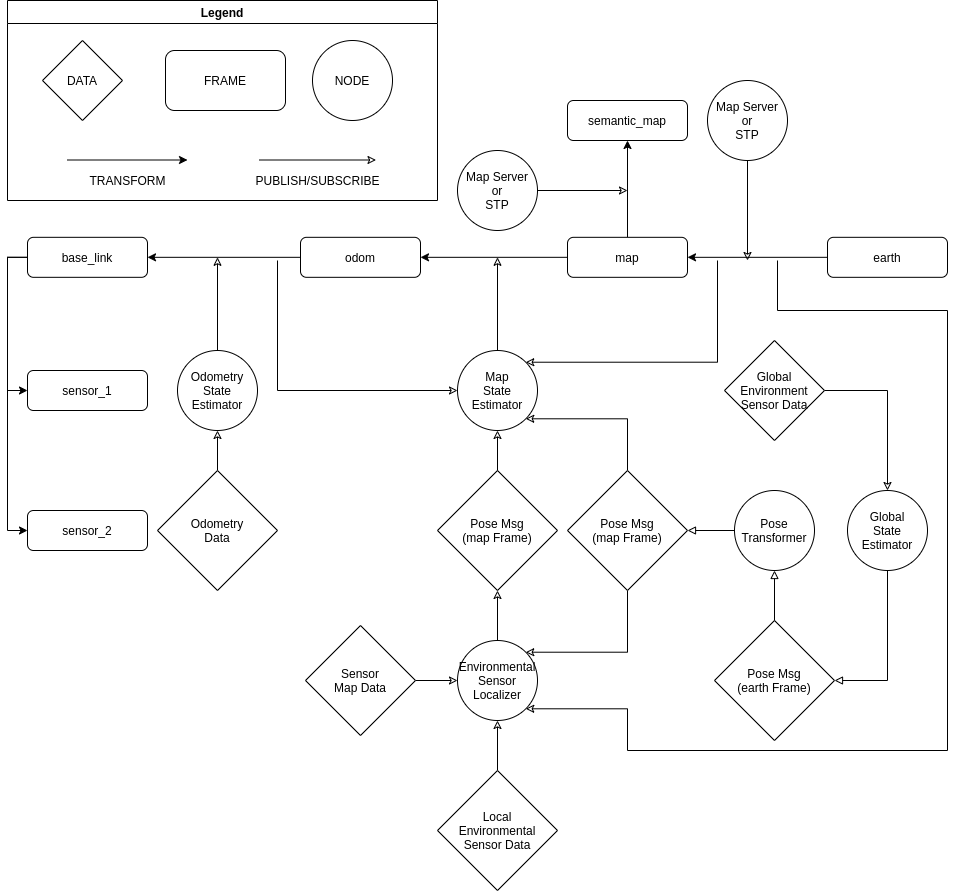
goodloop/autoware_auto_mirror keeps this draw.io diagram as src/tools/autoware_auto_avp_demo/design/avp-tf-tree.png. Above is the earlier version. Source tidied: cells renumbered, new cells last; positions are measured from the earlier drawing's top-left corner, leaving out a move shared by most shapes.
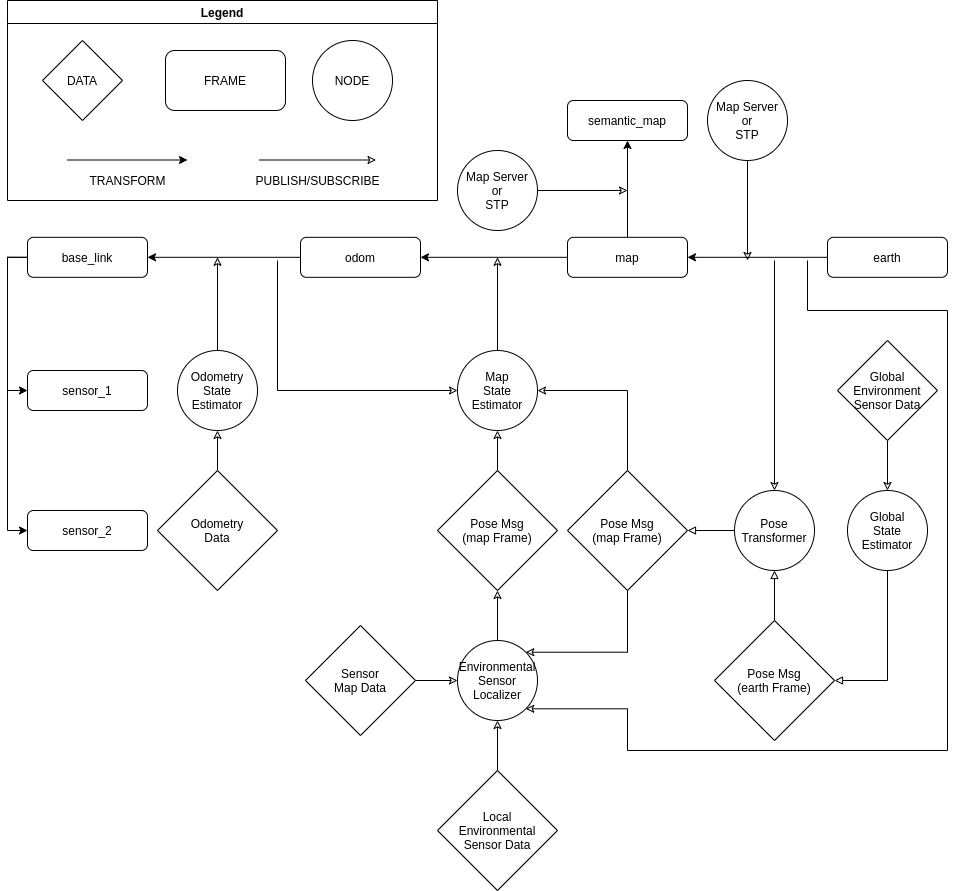
Later version of the same file.

Commit message:
[292] Fixing errors from MR feedback.

Change to the diagram source:
```diff
@@ -106,19 +106,19 @@
         </Array>
       </mxGeometry>
     </mxCell>
-    <mxCell id="32" style="edgeStyle=orthogonalEdgeStyle;rounded=0;jettySize=auto;html=1;exitX=0.5;exitY=0;exitDx=0;exitDy=0;entryX=1;entryY=1;entryDx=0;entryDy=0;endArrow=classic;endFill=0;" parent="1" edge="1" target="17">
+    <mxCell id="32" style="edgeStyle=orthogonalEdgeStyle;rounded=0;jettySize=auto;html=1;exitX=0.5;exitY=0;exitDx=0;exitDy=0;entryX=1;entryY=0.5;entryDx=0;entryDy=0;endArrow=classic;endFill=0;" parent="1" edge="1" target="17">
       <mxGeometry relative="1" as="geometry">
         <mxPoint x="620" y="470" as="sourcePoint" />
         <Array as="points">
-          <mxPoint x="620" y="418.2" />
+          <mxPoint x="620" y="390" />
         </Array>
       </mxGeometry>
     </mxCell>
-    <mxCell id="33" style="edgeStyle=orthogonalEdgeStyle;rounded=0;jettySize=auto;html=1;exitX=1;exitY=0.5;exitDx=0;exitDy=0;entryX=0.5;entryY=0;entryDx=0;entryDy=0;endArrow=classic;endFill=0;" parent="1" edge="1" source="34" target="30">
+    <mxCell id="33" style="edgeStyle=orthogonalEdgeStyle;rounded=0;jettySize=auto;html=1;exitX=0.5;exitY=1;exitDx=0;exitDy=0;entryX=0.5;entryY=0;entryDx=0;entryDy=0;endArrow=classic;endFill=0;" parent="1" edge="1" source="34" target="30">
       <mxGeometry relative="1" as="geometry" />
     </mxCell>
     <mxCell id="34" value="Global&lt;br&gt;Environment&lt;br&gt;Sensor Data" style="rhombus;whiteSpace=wrap;html=1;" parent="1" vertex="1">
-      <mxGeometry x="717" y="340" width="100" height="100" as="geometry" />
+      <mxGeometry x="830" y="340" width="100" height="100" as="geometry" />
     </mxCell>
     <mxCell id="35" style="edgeStyle=orthogonalEdgeStyle;rounded=0;jettySize=auto;html=1;exitX=0.5;exitY=1;exitDx=0;exitDy=0;endArrow=classic;endFill=0;" parent="1" edge="1" source="36">
       <mxGeometry relative="1" as="geometry">
@@ -130,9 +130,9 @@
     </mxCell>
     <mxCell id="37" style="edgeStyle=orthogonalEdgeStyle;rounded=0;jettySize=auto;html=1;endArrow=classic;endFill=0;entryX=1;entryY=1;entryDx=0;entryDy=0;" parent="1" edge="1" target="19">
       <mxGeometry relative="1" as="geometry">
-        <mxPoint x="770" y="260" as="sourcePoint" />
+        <mxPoint x="800" y="260" as="sourcePoint" />
         <Array as="points">
-          <mxPoint x="770" y="310" />
+          <mxPoint x="800" y="310" />
           <mxPoint x="940" y="310" />
           <mxPoint x="940" y="750" />
           <mxPoint x="620" y="750" />
@@ -140,14 +140,6 @@
         </Array>
       </mxGeometry>
     </mxCell>
-    <mxCell id="38" style="edgeStyle=orthogonalEdgeStyle;rounded=0;jettySize=auto;html=1;endArrow=classic;endFill=0;entryX=1;entryY=0;entryDx=0;entryDy=0;" parent="1" edge="1" target="17">
-      <mxGeometry relative="1" as="geometry">
-        <mxPoint x="710" y="260" as="sourcePoint" />
-        <Array as="points">
-          <mxPoint x="710" y="362" />
-        </Array>
-      </mxGeometry>
-    </mxCell>
     <mxCell id="39" value="semantic_map" style="rounded=1;whiteSpace=wrap;html=1;fontSize=12;glass=0;strokeWidth=1;shadow=0;" parent="1" vertex="1">
       <mxGeometry x="560" y="100" width="120" height="40" as="geometry" />
     </mxCell>
@@ -201,6 +193,11 @@
     <mxCell id="53" style="edgeStyle=orthogonalEdgeStyle;rounded=0;jettySize=auto;html=1;entryX=1;entryY=0.5;entryDx=0;entryDy=0;endArrow=block;endFill=0;" parent="1" edge="1" source="54" target="52">
       <mxGeometry relative="1" as="geometry" />
     </mxCell>
+    <mxCell id="55" style="edgeStyle=orthogonalEdgeStyle;rounded=0;jettySize=auto;html=1;exitX=0.5;exitY=0;exitDx=0;exitDy=0;endArrow=none;endFill=0;startArrow=classic;startFill=0;" parent="1" edge="1" source="54">
+      <mxGeometry relative="1" as="geometry">
+        <mxPoint x="767" y="260" as="targetPoint" />
+      </mxGeometry>
+    </mxCell>
     <mxCell id="54" value="Pose&lt;br&gt;Transformer" style="ellipse;whiteSpace=wrap;html=1;" parent="1" vertex="1">
       <mxGeometry x="727" y="490" width="80" height="80" as="geometry" />
     </mxCell>
```
